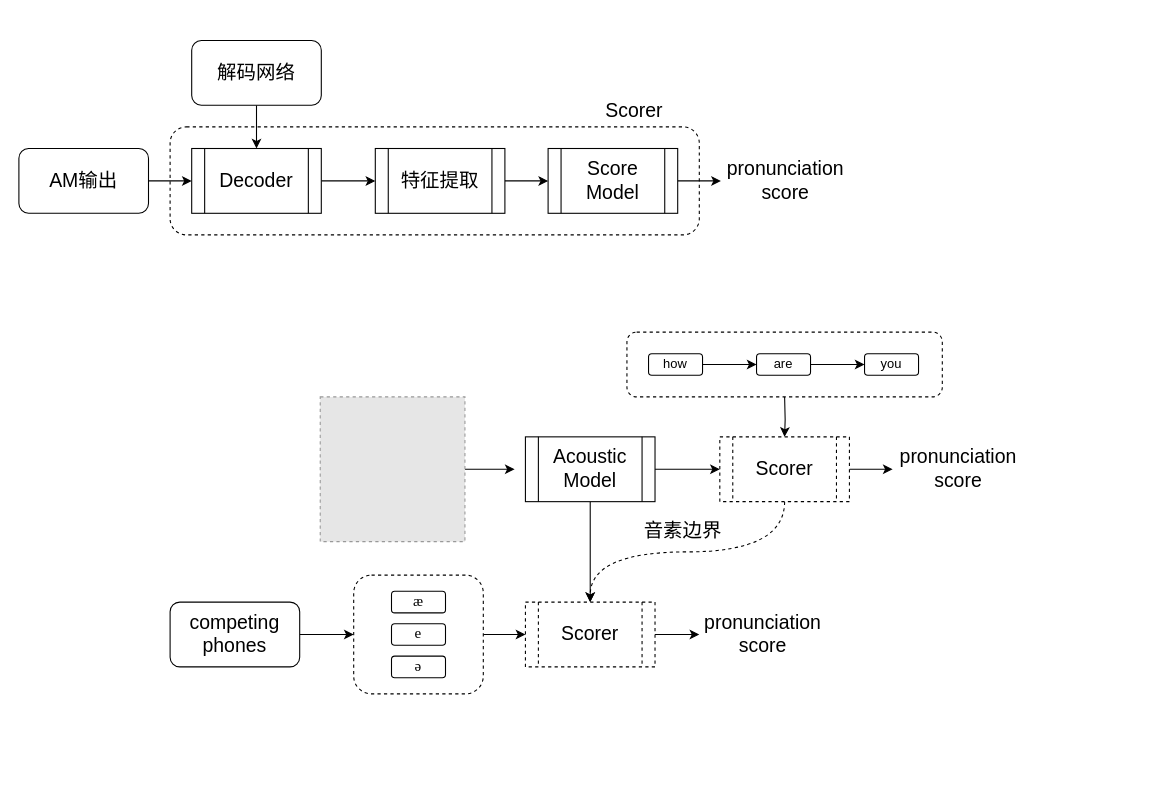
The draw.io diagram diagrams/test.drawio in GenjunLiu/diagrams, before the edit. Source tidied: cells renumbered, new cells numbered last; positions are measured from the earlier drawing's top-left corner, leaving out a move shared by most shapes. Both pictures are drawn from the tidied source at 108%, with x=0, y=0 at pixel (18, 40). Pictures stored in the file or linked from it are replaced by grey dashed boxes.
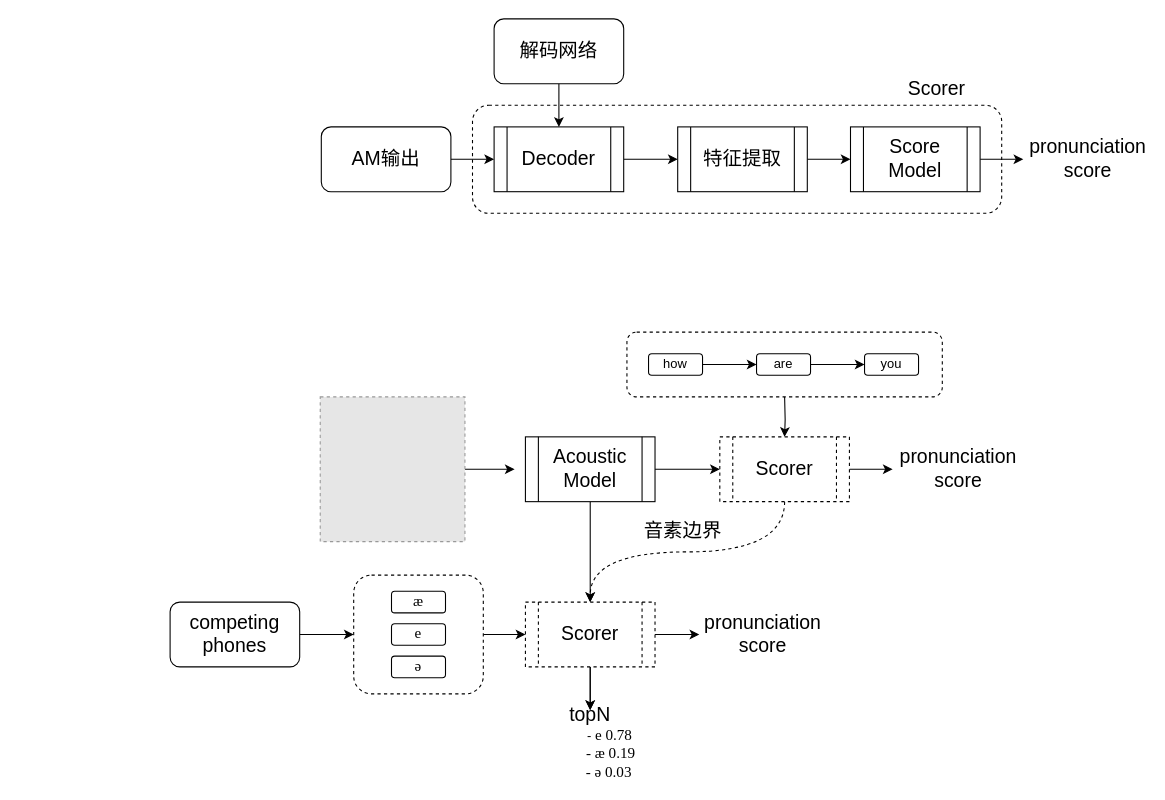
After the change.

The change refers to these unchanged cells:
```xml
<mxCell id="29" value="&lt;font style=&quot;font-size: 18px&quot;&gt;Scorer&lt;/font&gt;" style="shape=process;whiteSpace=wrap;html=1;backgroundOutline=1;dashed=1;" parent="1" vertex="1">
  <mxGeometry x="469" y="520" width="120" height="60" as="geometry" />
</mxCell>
```

Diff of the diagram source:
```diff
@@
     <mxCell id="3" style="rounded=1;whiteSpace=wrap;html=1;dashed=1;" parent="1" vertex="1">
-      <mxGeometry x="140" y="80" width="490" height="100" as="geometry" />
+      <mxGeometry x="420" y="60" width="490" height="100" as="geometry" />
     </mxCell>
@@
     <mxCell id="6" value="&lt;font style=&quot;font-size: 18px&quot;&gt;pronunciation score&lt;/font&gt;" style="text;html=1;strokeColor=none;fillColor=none;align=center;verticalAlign=middle;whiteSpace=wrap;rounded=0;" parent="1" vertex="1">
-      <mxGeometry x="690" y="120" width="40" height="20" as="geometry" />
+      <mxGeometry x="970" y="100" width="40" height="20" as="geometry" />
     </mxCell>
@@
     <mxCell id="8" value="&lt;span style=&quot;font-size: 18px&quot;&gt;Decoder&lt;/span&gt;" style="shape=process;whiteSpace=wrap;html=1;backgroundOutline=1;" parent="1" vertex="1">
-      <mxGeometry x="160" y="100" width="120" height="60" as="geometry" />
+      <mxGeometry x="440" y="80" width="120" height="60" as="geometry" />
     </mxCell>
@@
     <mxCell id="10" value="&lt;span style=&quot;font-size: 18px&quot;&gt;AM输出&lt;/span&gt;" style="rounded=1;whiteSpace=wrap;html=1;" parent="1" vertex="1">
-      <mxGeometry y="100" width="120" height="60" as="geometry" />
+      <mxGeometry x="280" y="80" width="120" height="60" as="geometry" />
     </mxCell>
@@
     <mxCell id="12" value="&lt;font style=&quot;font-size: 18px&quot;&gt;解码网络&lt;/font&gt;" style="rounded=1;whiteSpace=wrap;html=1;" parent="1" vertex="1">
-      <mxGeometry x="160" width="120" height="60" as="geometry" />
+      <mxGeometry x="440" y="-20" width="120" height="60" as="geometry" />
     </mxCell>
     <mxCell id="13" style="edgeStyle=orthogonalEdgeStyle;rounded=0;jettySize=auto;html=1;" parent="1" edge="1" source="14">
       <mxGeometry relative="1" as="geometry">
-        <mxPoint x="650" y="130" as="targetPoint" />
+        <mxPoint x="930" y="110" as="targetPoint" />
       </mxGeometry>
     </mxCell>
     <mxCell id="14" value="&lt;font style=&quot;font-size: 18px&quot;&gt;Score Model&lt;/font&gt;" style="shape=process;whiteSpace=wrap;html=1;backgroundOutline=1;" parent="1" vertex="1">
-      <mxGeometry x="490" y="100" width="120" height="60" as="geometry" />
+      <mxGeometry x="770" y="80" width="120" height="60" as="geometry" />
     </mxCell>
@@
     <mxCell id="19" value="&lt;font style=&quot;font-size: 18px&quot;&gt;特征提取&lt;/font&gt;" style="shape=process;whiteSpace=wrap;html=1;backgroundOutline=1;" parent="1" vertex="1">
-      <mxGeometry x="330" y="100" width="120" height="60" as="geometry" />
+      <mxGeometry x="610" y="80" width="120" height="60" as="geometry" />
     </mxCell>
     <mxCell id="20" value="&lt;font style=&quot;font-size: 18px&quot;&gt;Scorer&lt;/font&gt;" style="text;html=1;strokeColor=none;fillColor=none;align=center;verticalAlign=middle;whiteSpace=wrap;rounded=0;dashed=1;" parent="1" vertex="1">
-      <mxGeometry x="510" y="55" width="120" height="20" as="geometry" />
+      <mxGeometry x="790" y="35" width="120" height="20" as="geometry" />
     </mxCell>
@@
+    <mxCell id="42" style="edgeStyle=orthogonalEdgeStyle;curved=1;rounded=0;jettySize=auto;html=1;" parent="1" edge="1" source="29" target="44">
+      <mxGeometry relative="1" as="geometry" />
+    </mxCell>
+    <mxCell id="43" style="rounded=0;jettySize=auto;html=1;" parent="1" edge="1" source="29" target="44">
+      <mxGeometry relative="1" as="geometry" />
+    </mxCell>
@@
+    <mxCell id="44" value="&lt;font style=&quot;font-size: 18px&quot;&gt;topN&lt;br&gt;&lt;/font&gt;&amp;nbsp; &amp;nbsp; &amp;nbsp; &amp;nbsp; &amp;nbsp; &amp;nbsp;-&amp;nbsp;&lt;span style=&quot;font-family: &amp;#34;times new roman&amp;#34; , serif ; font-size: 14px ; text-align: left&quot;&gt;e&amp;nbsp;&lt;/span&gt;&lt;span style=&quot;font-family: &amp;#34;times new roman&amp;#34; , serif ; font-size: 14px ; text-align: left&quot;&gt;0.78&lt;br&gt;&amp;nbsp; &amp;nbsp; &amp;nbsp; &amp;nbsp; &amp;nbsp; &amp;nbsp;-&amp;nbsp;&lt;/span&gt;&lt;span style=&quot;font-family: &amp;#34;times new roman&amp;#34; , serif ; font-size: 14px ; text-align: left&quot;&gt;æ&amp;nbsp;&lt;/span&gt;&lt;span style=&quot;font-family: &amp;#34;times new roman&amp;#34; , serif ; font-size: 14px ; text-align: left&quot;&gt;0.19&lt;br&gt;&lt;/span&gt;&lt;span style=&quot;font-family: &amp;#34;times new roman&amp;#34; , serif ; font-size: 14px ; text-align: left&quot;&gt;&amp;nbsp; &amp;nbsp; &amp;nbsp; &amp;nbsp; &amp;nbsp; -&amp;nbsp;&lt;/span&gt;&lt;span style=&quot;font-family: &amp;#34;times new roman&amp;#34; , serif ; font-size: 14px ; text-align: left&quot;&gt;ə 0.03&lt;/span&gt;&lt;span style=&quot;font-family: &amp;#34;times new roman&amp;#34; , serif ; font-size: 14px ; text-align: left&quot;&gt;&lt;br&gt;&lt;/span&gt;" style="text;html=1;strokeColor=none;fillColor=none;align=center;verticalAlign=middle;whiteSpace=wrap;rounded=0;dashed=1;" parent="1" vertex="1">
+      <mxGeometry x="466" y="620" width="126" height="60" as="geometry" />
+    </mxCell>
```
